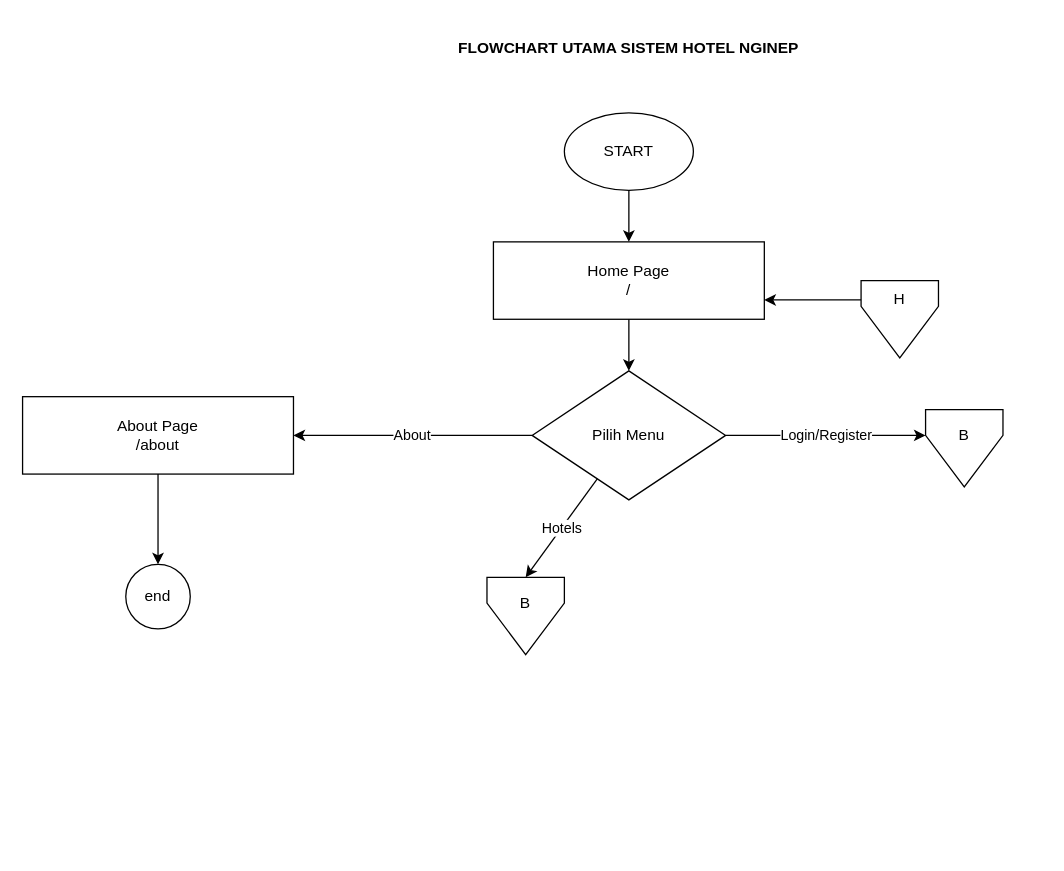
Before: page "Main" (1 of 6) of Flowchart Hotel Nginep.drawio in Yuuashura/projek-hotel-java-lanjutan, a draw.io diagram. Source tidied: cells renumbered, new cells numbered last; positions are measured from the earlier drawing's top-left corner, leaving out a move shared by most shapes. Both pictures are drawn from the tidied source at 129%, with x=0, y=0 at pixel (22, 22).
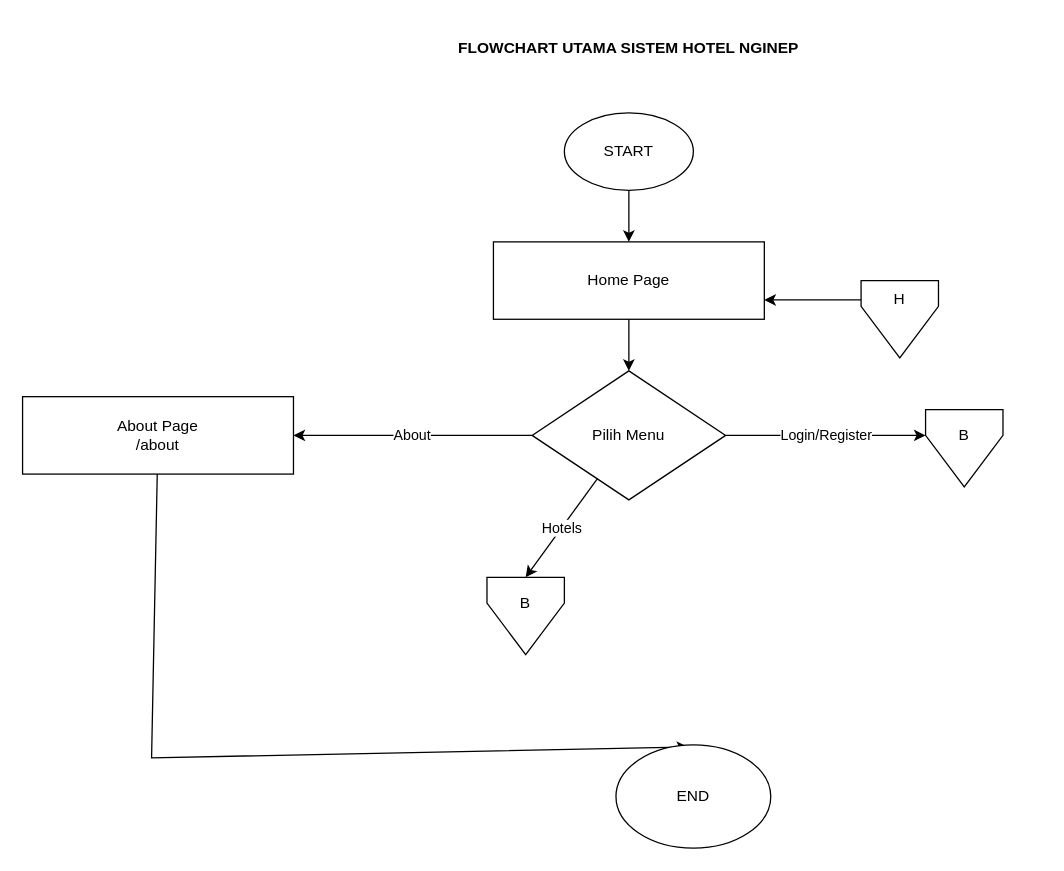
The same diagram, later.

The change refers to these unchanged cells:
```xml
<mxCell id="6" value="About Page&lt;br&gt;/about" style="rounded=0;whiteSpace=wrap;html=1;fillColor=none;strokeColor=#000000;fontColor=#000000;" parent="1" vertex="1">
  <mxGeometry y="290" width="210" height="60" as="geometry" />
</mxCell>
```

What changed in the source:
```diff
@@
-    <mxCell id="4" value="Home Page&lt;br&gt;/" style="rounded=0;whiteSpace=wrap;html=1;fillColor=none;strokeColor=#000000;fontColor=#000000;" parent="1" vertex="1">
+    <mxCell id="4" value="Home Page" style="rounded=0;whiteSpace=wrap;html=1;fillColor=none;strokeColor=#000000;fontColor=#000000;" parent="1" vertex="1">
       <mxGeometry x="365" y="170" width="210" height="60" as="geometry" />
     </mxCell>
@@
-    <mxCell id="10" style="endArrow=classic;html=1;rounded=0;strokeColor=#000000;fontColor=#000000;" parent="1" edge="1" source="6">
+    <mxCell id="10" style="endArrow=classic;html=1;rounded=0;strokeColor=#000000;fontColor=#000000;entryX=0.467;entryY=0.019;entryDx=0;entryDy=0;entryPerimeter=0;" parent="1" edge="1" source="6" target="21">
       <mxGeometry relative="1" as="geometry">
-        <mxPoint x="105" y="420" as="targetPoint" />
+        <Array as="points">
+          <mxPoint x="100" y="570" />
+        </Array>
       </mxGeometry>
     </mxCell>
@@
-    <mxCell id="13" value="end" style="ellipse;whiteSpace=wrap;html=1;" parent="1" vertex="1">
-      <mxGeometry x="80" y="420" width="50" height="50" as="geometry" />
-    </mxCell>
@@
+    <mxCell id="21" value="END" style="ellipse;whiteSpace=wrap;html=1;" parent="1" vertex="1">
+      <mxGeometry x="460" y="560" width="120" height="80" as="geometry" />
+    </mxCell>
```
